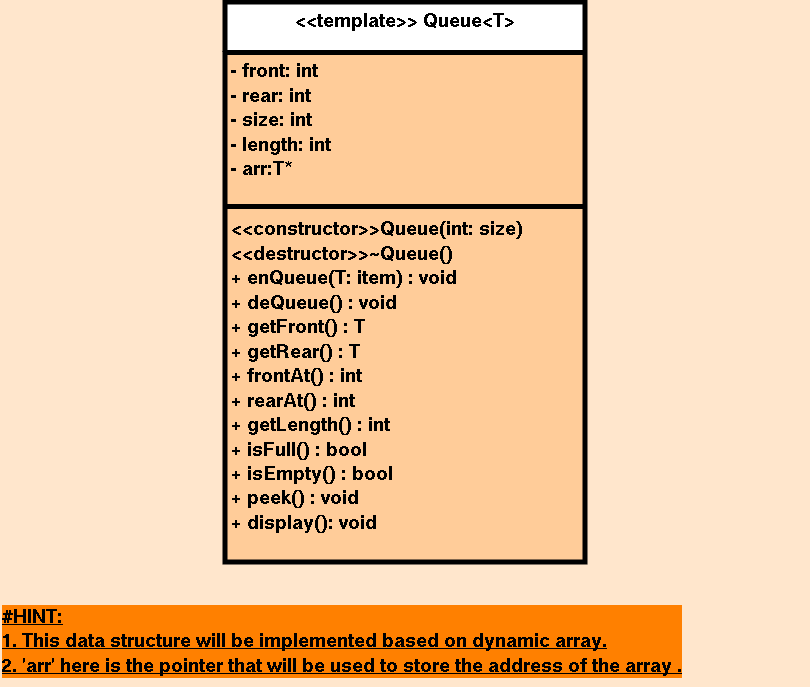
The draw.io diagram DataStructures/Queue/QueueBasedArray/classDiagram.png in Alsayed-Aldkhakhni/CPP, before a commit. Source tidied: cells renumbered, new cells last; positions are measured from the earlier drawing's top-left corner, leaving out a move shared by most shapes.
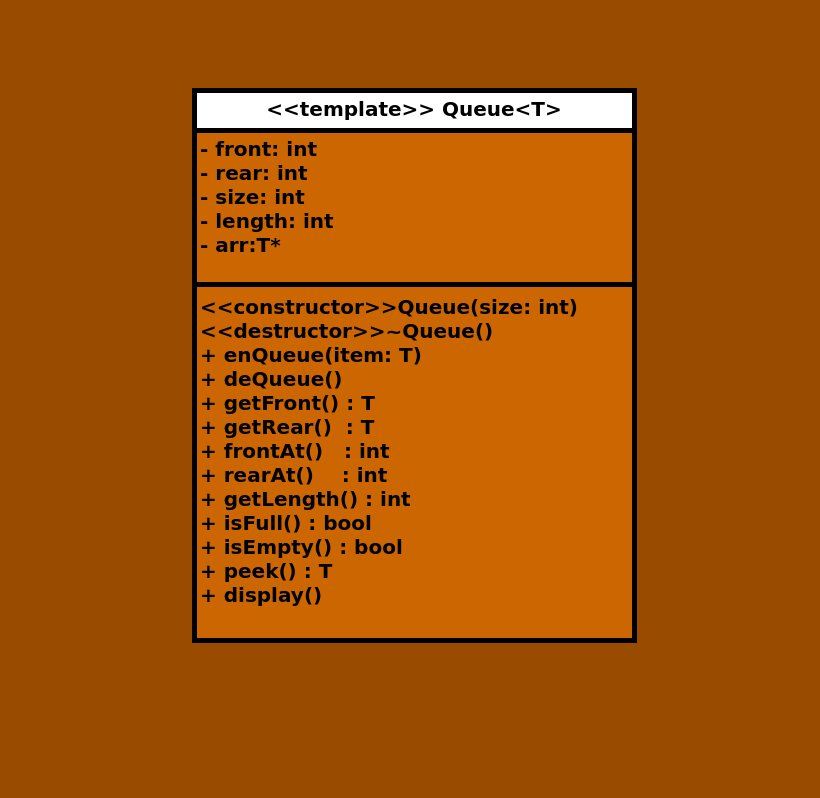
After the change.

Commit message:
UML Queue class diagram.

Diff of the diagram source:
```diff
@@ -1,21 +1,30 @@
-<mxGraphModel background="#FFE6CC">
+<mxGraphModel background="#994C00">
   <root>
     <mxCell id="0" />
     <mxCell id="1" parent="0" />
-    <mxCell id="2" value="&lt;font style=&quot;font-size: 20px;&quot;&gt;&amp;lt;&amp;lt;template&amp;gt;&amp;gt; Queue&amp;lt;T&amp;gt;&lt;/font&gt;" style="swimlane;fontStyle=1;align=center;verticalAlign=top;horizontal=1;startSize=50;whiteSpace=wrap;html=1;strokeWidth=5;swimlaneFillColor=#FFCC99;" parent="1" vertex="1">
-      <mxGeometry x="225" width="360" height="560" as="geometry" />
+    <mxCell id="2" value="&lt;font style=&quot;font-size: 20px;&quot;&gt;&amp;lt;&amp;lt;template&amp;gt;&amp;gt; Queue&amp;lt;T&amp;gt;&lt;/font&gt;" style="swimlane;fontStyle=1;align=center;verticalAlign=top;horizontal=1;startSize=40;whiteSpace=wrap;html=1;strokeWidth=5;swimlaneFillColor=#CC6600;" parent="1" vertex="1">
+      <mxGeometry x="225" width="440" height="550" as="geometry" />
     </mxCell>
     <mxCell id="3" value="&lt;div style=&quot;font-size: 20px;&quot;&gt;&lt;b&gt;&lt;font style=&quot;font-size: 20px;&quot;&gt;- front: int&lt;/font&gt;&lt;/b&gt;&lt;/div&gt;&lt;div style=&quot;font-size: 20px;&quot;&gt;&lt;b&gt;&lt;font style=&quot;font-size: 20px;&quot;&gt;- rear: int&lt;/font&gt;&lt;/b&gt;&lt;/div&gt;&lt;div style=&quot;font-size: 20px;&quot;&gt;&lt;b&gt;&lt;font style=&quot;font-size: 20px;&quot;&gt;- size: int&lt;/font&gt;&lt;/b&gt;&lt;/div&gt;&lt;div style=&quot;font-size: 20px;&quot;&gt;&lt;b&gt;&lt;font style=&quot;font-size: 20px;&quot;&gt;- length: int&lt;/font&gt;&lt;/b&gt;&lt;/div&gt;&lt;div style=&quot;font-size: 20px;&quot;&gt;&lt;b&gt;&lt;font style=&quot;font-size: 20px;&quot;&gt;- arr:T*&lt;br&gt;&lt;/font&gt;&lt;/b&gt;&lt;/div&gt;" style="text;strokeColor=none;fillColor=none;align=left;verticalAlign=top;spacingLeft=4;spacingRight=4;overflow=hidden;whiteSpace=wrap;html=1;" parent="2" vertex="1">
-      <mxGeometry y="50" width="360" height="150" as="geometry" />
+      <mxGeometry y="40" width="440" height="150" as="geometry" />
     </mxCell>
     <mxCell id="4" style="line;strokeWidth=5;fillColor=none;align=left;verticalAlign=middle;spacingTop=-1;spacingLeft=3;spacingRight=3;labelPosition=right;strokeColor=inherit;" parent="2" vertex="1">
-      <mxGeometry y="200" width="360" height="8" as="geometry" />
+      <mxGeometry y="190" width="440" height="8" as="geometry" />
     </mxCell>
-    <mxCell id="5" value="&lt;font style=&quot;font-size: 20px;&quot;&gt;&lt;b&gt;&amp;lt;&amp;lt;constructor&amp;gt;&amp;gt;&lt;/b&gt;&lt;/font&gt;&lt;b&gt;&lt;font style=&quot;font-size: 20px;&quot;&gt;Queue&lt;/font&gt;&lt;/b&gt;&lt;font style=&quot;font-size: 20px;&quot;&gt;&lt;b&gt;(int: size)&lt;br&gt;&amp;lt;&amp;lt;destructor&amp;gt;&amp;gt;~&lt;/b&gt;&lt;/font&gt;&lt;b&gt;&lt;font style=&quot;font-size: 20px;&quot;&gt;Queue&lt;/font&gt;&lt;/b&gt;&lt;font style=&quot;font-size: 20px;&quot;&gt;&lt;b&gt;()&lt;br&gt;&lt;/b&gt;&lt;/font&gt;&lt;div&gt;&lt;font style=&quot;font-size: 20px;&quot;&gt;&lt;b&gt;+ enQueue(T: item) : void&lt;/b&gt;&lt;/font&gt;&lt;/div&gt;&lt;div&gt;&lt;font style=&quot;font-size: 20px;&quot;&gt;&lt;b&gt;+ deQueue() : void&lt;/b&gt;&lt;/font&gt;&lt;/div&gt;&lt;div&gt;&lt;font style=&quot;font-size: 20px;&quot;&gt;&lt;b&gt;+ getFront() : T&lt;/b&gt;&lt;/font&gt;&lt;/div&gt;&lt;div&gt;&lt;font style=&quot;font-size: 20px;&quot;&gt;&lt;b&gt;+ getRear() : T&lt;/b&gt;&lt;/font&gt;&lt;/div&gt;&lt;div&gt;&lt;font style=&quot;font-size: 20px;&quot;&gt;&lt;b&gt;+ frontAt() : int&lt;/b&gt;&lt;/font&gt;&lt;/div&gt;&lt;div&gt;&lt;font style=&quot;font-size: 20px;&quot;&gt;&lt;b&gt;+ rearAt() : int&lt;/b&gt;&lt;/font&gt;&lt;/div&gt;&lt;div&gt;&lt;div&gt;&lt;font style=&quot;font-size: 20px;&quot;&gt;&lt;b&gt;+ getLength() : int&lt;/b&gt;&lt;/font&gt;&lt;/div&gt;&lt;/div&gt;&lt;div&gt;&lt;font style=&quot;font-size: 20px;&quot;&gt;&lt;b&gt;+ isFull() : bool&lt;br&gt;&lt;/b&gt;&lt;/font&gt;&lt;/div&gt;&lt;div&gt;&lt;font style=&quot;font-size: 20px;&quot;&gt;&lt;b&gt;+ isEmpty() : bool&lt;/b&gt;&lt;/font&gt;&lt;/div&gt;&lt;b&gt;&lt;font style=&quot;font-size: 20px;&quot;&gt;+ peek() : void&lt;/font&gt;&lt;/b&gt;&lt;br&gt;&lt;font style=&quot;font-size: 20px;&quot;&gt;&lt;b&gt;+ display(): void&lt;/b&gt;&lt;/font&gt;&lt;div style=&quot;font-size: 20px;&quot;&gt;&lt;b&gt;&lt;font style=&quot;font-size: 20px;&quot;&gt;&lt;br&gt;&lt;br&gt;&lt;/font&gt;&lt;br&gt;&lt;/b&gt;&lt;/div&gt;" style="text;strokeColor=none;fillColor=none;align=left;verticalAlign=top;spacingLeft=4;spacingRight=4;overflow=hidden;whiteSpace=wrap;html=1;" parent="2" vertex="1">
-      <mxGeometry y="208" width="360" height="352" as="geometry" />
+    <mxCell id="5" value="&lt;font style=&quot;font-size: 20px;&quot;&gt;&lt;b&gt;&amp;lt;&amp;lt;constructor&amp;gt;&amp;gt;&lt;/b&gt;&lt;/font&gt;&lt;b&gt;&lt;font style=&quot;font-size: 20px;&quot;&gt;Queue&lt;/font&gt;&lt;/b&gt;&lt;font style=&quot;font-size: 20px;&quot;&gt;&lt;b&gt;(size: int)&lt;br&gt;&amp;lt;&amp;lt;destructor&amp;gt;&amp;gt;~&lt;/b&gt;&lt;/font&gt;&lt;b&gt;&lt;font style=&quot;font-size: 20px;&quot;&gt;Queue&lt;/font&gt;&lt;/b&gt;&lt;font style=&quot;font-size: 20px;&quot;&gt;&lt;b&gt;()&lt;br&gt;&lt;/b&gt;&lt;/font&gt;&lt;div&gt;&lt;font style=&quot;font-size: 20px;&quot;&gt;&lt;b&gt;+ enQueue(item: T)&lt;/b&gt;&lt;/font&gt;&lt;/div&gt;&lt;div&gt;&lt;font style=&quot;font-size: 20px;&quot;&gt;&lt;b&gt;+ deQueue()&lt;/b&gt;&lt;/font&gt;&lt;/div&gt;&lt;div&gt;&lt;font style=&quot;font-size: 20px;&quot;&gt;&lt;b&gt;+ getFront() : T&lt;/b&gt;&lt;/font&gt;&lt;/div&gt;&lt;div&gt;&lt;font style=&quot;font-size: 20px;&quot;&gt;&lt;b&gt;+ getRear()&amp;nbsp; : T&lt;/b&gt;&lt;/font&gt;&lt;/div&gt;&lt;div&gt;&lt;font style=&quot;font-size: 20px;&quot;&gt;&lt;b&gt;+ frontAt()&amp;nbsp; &amp;nbsp;: int&lt;/b&gt;&lt;/font&gt;&lt;/div&gt;&lt;div&gt;&lt;font style=&quot;font-size: 20px;&quot;&gt;&lt;b&gt;+ rearAt()&amp;nbsp; &amp;nbsp; : int&lt;/b&gt;&lt;/font&gt;&lt;/div&gt;&lt;div&gt;&lt;div&gt;&lt;font style=&quot;font-size: 20px;&quot;&gt;&lt;b&gt;+ getLength() : int&lt;/b&gt;&lt;/font&gt;&lt;/div&gt;&lt;/div&gt;&lt;div&gt;&lt;font style=&quot;font-size: 20px;&quot;&gt;&lt;b&gt;+ isFull() : bool&lt;br&gt;&lt;/b&gt;&lt;/font&gt;&lt;/div&gt;&lt;div&gt;&lt;font style=&quot;font-size: 20px;&quot;&gt;&lt;b&gt;+ isEmpty() : bool&lt;/b&gt;&lt;/font&gt;&lt;/div&gt;&lt;b&gt;&lt;font style=&quot;font-size: 20px;&quot;&gt;+ peek() : T&lt;/font&gt;&lt;/b&gt;&lt;br&gt;&lt;font style=&quot;font-size: 20px;&quot;&gt;&lt;b&gt;+ display()&lt;/b&gt;&lt;/font&gt;" style="text;strokeColor=none;fillColor=none;align=left;verticalAlign=top;spacingLeft=4;spacingRight=4;overflow=hidden;whiteSpace=wrap;html=1;" parent="2" vertex="1">
+      <mxGeometry y="198" width="440" height="352" as="geometry" />
     </mxCell>
-    <mxCell id="6" value="&lt;div style=&quot;font-size: 20px;&quot; align=&quot;left&quot;&gt;&lt;u&gt;&lt;font style=&quot;font-size: 20px;&quot;&gt;&lt;b&gt;#HINT:&lt;/b&gt;&lt;/font&gt;&lt;/u&gt;&lt;/div&gt;&lt;div style=&quot;font-size: 20px;&quot; align=&quot;left&quot;&gt;&lt;u&gt;&lt;font style=&quot;font-size: 20px;&quot;&gt;&lt;b&gt;1. This data structure will be implemented based on dynamic array.&lt;br&gt;&lt;/b&gt;&lt;/font&gt;&lt;/u&gt;&lt;/div&gt;&lt;div style=&quot;font-size: 20px;&quot; align=&quot;left&quot;&gt;&lt;u&gt;&lt;font style=&quot;font-size: 20px;&quot;&gt;&lt;b&gt;2. &lt;/b&gt;&lt;/font&gt;&lt;b&gt;&lt;font style=&quot;font-size: 20px;&quot;&gt;'arr' here is the pointer that will be used to store the address of the array .&lt;/font&gt;&lt;br&gt;&lt;/b&gt;&lt;/u&gt;&lt;/div&gt;" style="text;html=1;align=left;verticalAlign=middle;strokeColor=none;fillColor=none;labelBackgroundColor=#FF8000;" parent="1" vertex="1">
-      <mxGeometry y="594" width="810" height="90" as="geometry" />
-    </mxCell>
+    <mxCell id="7" value="&amp;nbsp;" style="text;html=1;align=center;verticalAlign=middle;strokeColor=none;fillColor=none;" parent="1" vertex="1">
+      <mxGeometry x="430" y="-90" width="30" height="30" as="geometry" />
+    </mxCell>
+    <mxCell id="8" value="&amp;nbsp;" style="text;html=1;align=center;verticalAlign=middle;strokeColor=none;fillColor=none;" parent="1" vertex="1">
+      <mxGeometry x="821" y="178" width="30" height="30" as="geometry" />
+    </mxCell>
+    <mxCell id="9" value="&amp;nbsp;" style="text;html=1;align=center;verticalAlign=middle;strokeColor=none;fillColor=none;" parent="1" vertex="1">
+      <mxGeometry x="31" y="188" width="30" height="30" as="geometry" />
+    </mxCell>
+    <mxCell id="10" value="&amp;nbsp;" style="text;html=1;align=center;verticalAlign=middle;strokeColor=none;fillColor=none;" parent="1" vertex="1">
+      <mxGeometry x="421" y="678" width="30" height="30" as="geometry" />
+    </mxCell>
   </root>
 </mxGraphModel>
```
